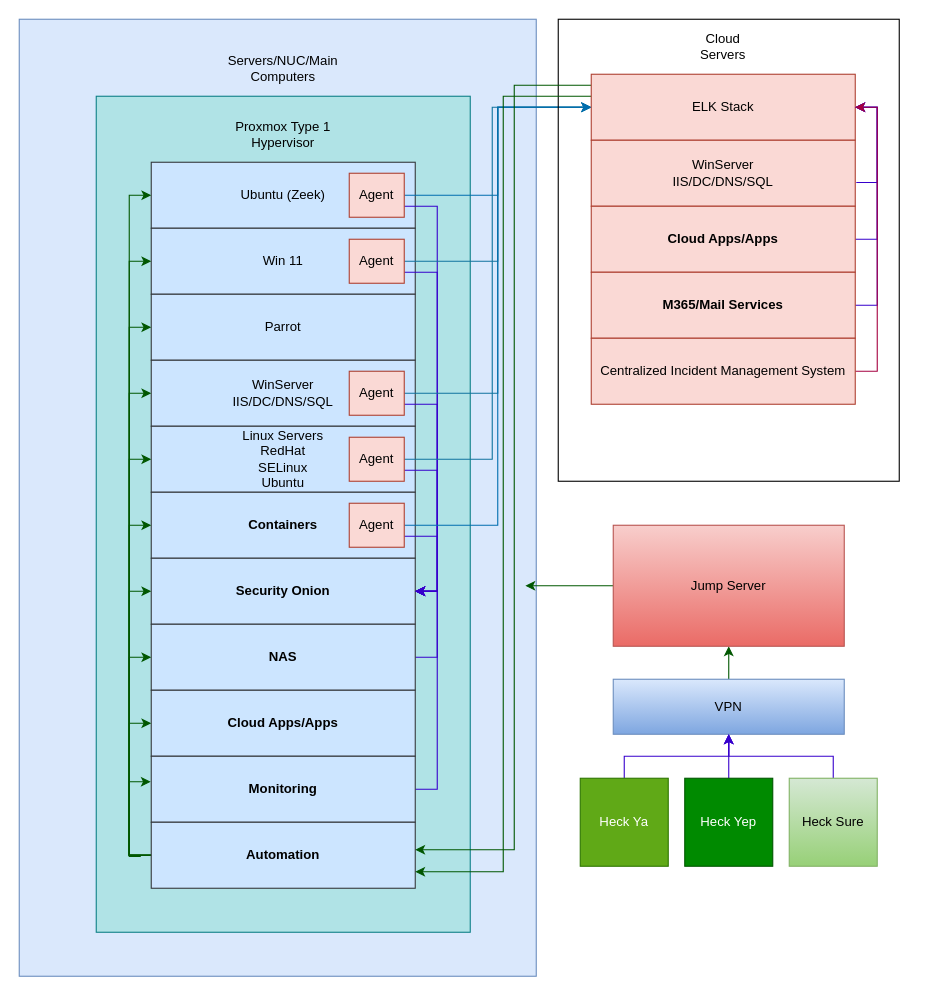
The draw.io diagram images/DetectionLab.drawio in Xp101T7/Xp101T7.github.io, before the edit. Source tidied: cells renumbered, new cells numbered last; positions are measured from the earlier drawing's top-left corner, leaving out a move shared by most shapes. Both pictures are drawn from the tidied source at 110%, with x=0, y=0 at pixel (19, 19).
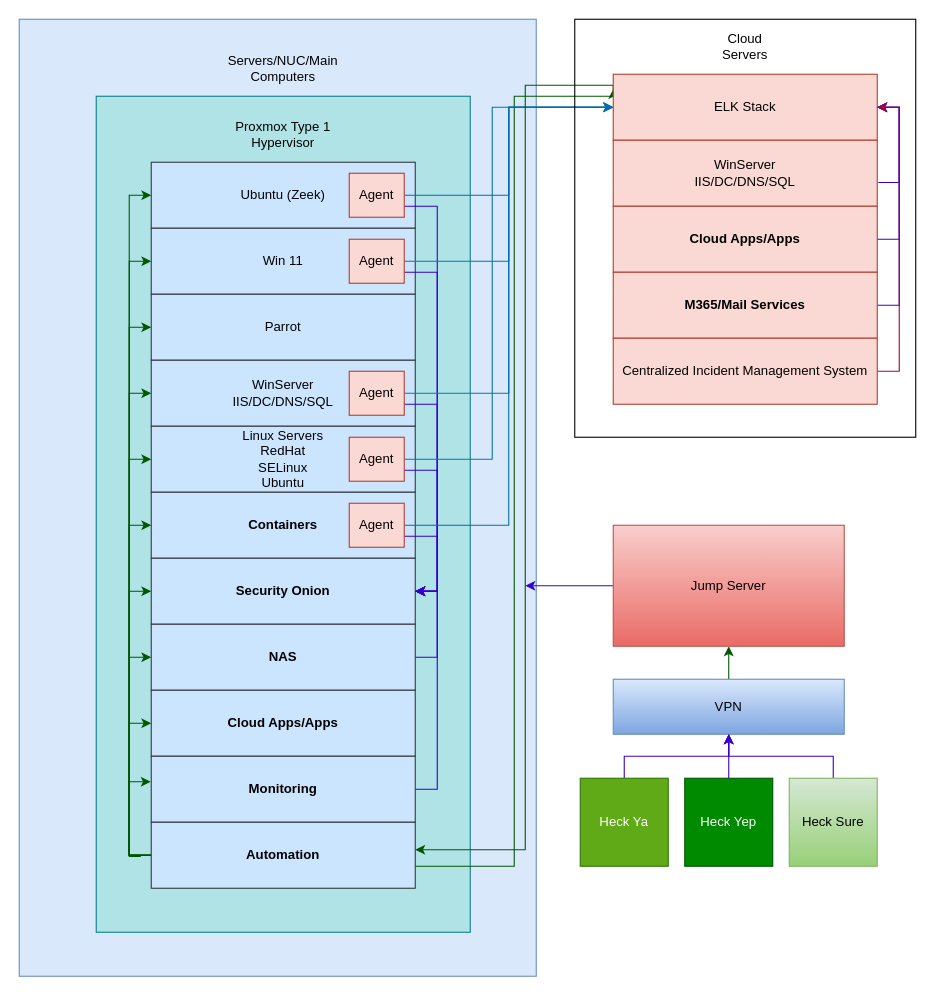
Above is the later version.

The change refers to these unchanged cells:
```xml
<mxCell id="2" style="whiteSpace=wrap;html=1;fillColor=#dae8fc;strokeColor=#6c8ebf;" parent="1" vertex="1">
  <mxGeometry width="470" height="870" as="geometry" />
</mxCell>
<mxCell id="28" value="Automation" style="rounded=0;whiteSpace=wrap;html=1;fontStyle=1;fillColor=#cce5ff;strokeColor=#36393d;" parent="1" vertex="1">
  <mxGeometry x="120" y="730" width="240" height="60" as="geometry" />
</mxCell>
<mxCell id="66" value="Jump Server" style="whiteSpace=wrap;html=1;fillColor=#f8cecc;strokeColor=#b85450;gradientColor=#ea6b66;" parent="1" vertex="1">
  <mxGeometry x="540" y="460" width="210" height="110" as="geometry" />
</mxCell>
```

The edit, as a diff of the source:
```diff
@@
+    <mxCell id="67" style="edgeStyle=orthogonalEdgeStyle;rounded=0;jettySize=auto;html=1;entryX=0.113;entryY=0.167;entryDx=0;entryDy=0;entryPerimeter=0;fillColor=#008a00;strokeColor=#005700;" parent="1" edge="1" source="28" target="44">
+      <mxGeometry relative="1" as="geometry">
+        <Array as="points">
+          <mxPoint x="450" y="770" />
+          <mxPoint x="450" y="70" />
+          <mxPoint x="540" y="70" />
+        </Array>
+      </mxGeometry>
+    </mxCell>
@@
-    <mxCell id="44" style="whiteSpace=wrap;html=1;fillColor=none;" parent="1" vertex="1">
-      <mxGeometry x="490" width="310" height="420" as="geometry" />
-    </mxCell>
     <mxCell id="45" value="Cloud Servers" style="text;html=1;strokeColor=none;fillColor=none;align=center;verticalAlign=middle;whiteSpace=wrap;rounded=0;" parent="1" vertex="1">
-      <mxGeometry x="610" y="10" width="60" height="30" as="geometry" />
+      <mxGeometry x="630" y="10" width="60" height="30" as="geometry" />
     </mxCell>
-    <mxCell id="46" style="edgeStyle=orthogonalEdgeStyle;rounded=0;orthogonalLoop=1;jettySize=auto;html=1;entryX=1;entryY=0.75;entryDx=0;entryDy=0;fillColor=#008a00;strokeColor=#005700;" parent="1" edge="1">
+    <mxCell id="46" style="edgeStyle=orthogonalEdgeStyle;rounded=0;jettySize=auto;html=1;entryX=1;entryY=0.75;entryDx=0;entryDy=0;fillColor=#008a00;strokeColor=#005700;exitX=0;exitY=0.25;exitDx=0;exitDy=0;" parent="1" edge="1" source="48">
       <mxGeometry relative="1" as="geometry">
-        <mxPoint x="520" y="60" as="sourcePoint" />
         <mxPoint x="360" y="755" as="targetPoint" />
         <Array as="points">
-          <mxPoint x="450" y="60" />
-          <mxPoint x="450" y="755" />
+          <mxPoint x="540" y="60" />
+          <mxPoint x="460" y="60" />
+          <mxPoint x="460" y="755" />
         </Array>
       </mxGeometry>
     </mxCell>
-    <mxCell id="47" style="edgeStyle=orthogonalEdgeStyle;rounded=0;jettySize=auto;html=1;entryX=1;entryY=0.75;entryDx=0;entryDy=0;fillColor=#008a00;strokeColor=#005700;" parent="1" edge="1" source="48" target="28">
-      <mxGeometry relative="1" as="geometry">
-        <Array as="points">
-          <mxPoint x="440" y="70" />
-          <mxPoint x="440" y="775" />
-        </Array>
-      </mxGeometry>
-    </mxCell>
     <mxCell id="48" value="ELK Stack" style="rounded=0;whiteSpace=wrap;html=1;fillColor=#fad9d5;strokeColor=#ae4132;" parent="1" vertex="1">
-      <mxGeometry x="520" y="50" width="240" height="60" as="geometry" />
+      <mxGeometry x="540" y="50" width="240" height="60" as="geometry" />
     </mxCell>
@@
     <mxCell id="50" value="WinServer &lt;br&gt;IIS/DC/DNS/SQL" style="rounded=0;whiteSpace=wrap;html=1;fillColor=#fad9d5;strokeColor=#ae4132;" parent="1" vertex="1">
-      <mxGeometry x="520" y="110" width="240" height="60" as="geometry" />
+      <mxGeometry x="540" y="110" width="240" height="60" as="geometry" />
     </mxCell>
@@
     <mxCell id="52" value="Cloud Apps/Apps" style="rounded=0;whiteSpace=wrap;html=1;fontStyle=1;fillColor=#fad9d5;strokeColor=#ae4132;" parent="1" vertex="1">
-      <mxGeometry x="520" y="170" width="240" height="60" as="geometry" />
+      <mxGeometry x="540" y="170" width="240" height="60" as="geometry" />
     </mxCell>
@@
     <mxCell id="54" value="M365/Mail Services" style="rounded=0;whiteSpace=wrap;html=1;fontStyle=1;fillColor=#fad9d5;strokeColor=#ae4132;" parent="1" vertex="1">
-      <mxGeometry x="520" y="230" width="240" height="60" as="geometry" />
+      <mxGeometry x="540" y="230" width="240" height="60" as="geometry" />
     </mxCell>
@@
     <mxCell id="56" value="Centralized Incident Management System" style="rounded=0;whiteSpace=wrap;html=1;fillColor=#fad9d5;strokeColor=#ae4132;" parent="1" vertex="1">
-      <mxGeometry x="520" y="290" width="240" height="60" as="geometry" />
+      <mxGeometry x="540" y="290" width="240" height="60" as="geometry" />
     </mxCell>
@@
-    <mxCell id="65" style="edgeStyle=orthogonalEdgeStyle;rounded=0;jettySize=auto;html=1;entryX=0.979;entryY=0.592;entryDx=0;entryDy=0;entryPerimeter=0;fillColor=#008a00;strokeColor=#005700;" parent="1" edge="1" source="66" target="2">
+    <mxCell id="65" style="edgeStyle=orthogonalEdgeStyle;rounded=0;jettySize=auto;html=1;entryX=0.979;entryY=0.592;entryDx=0;entryDy=0;entryPerimeter=0;fillColor=#6a00ff;strokeColor=#3700CC;" parent="1" edge="1" source="66" target="2">
       <mxGeometry relative="1" as="geometry" />
     </mxCell>
@@
+    <mxCell id="44" style="whiteSpace=wrap;html=1;fillColor=none;" parent="1" vertex="1">
+      <mxGeometry x="505" width="310" height="380" as="geometry" />
+    </mxCell>
```
